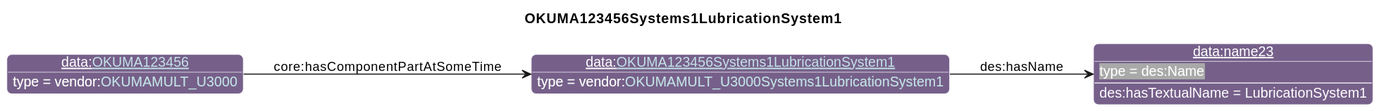
iofoundry/example-syseng-mtconnect keeps this PlantUML diagram as diagrams/OKUMA123456Systems1LubricationSystem1.svg. Above is the earlier version.
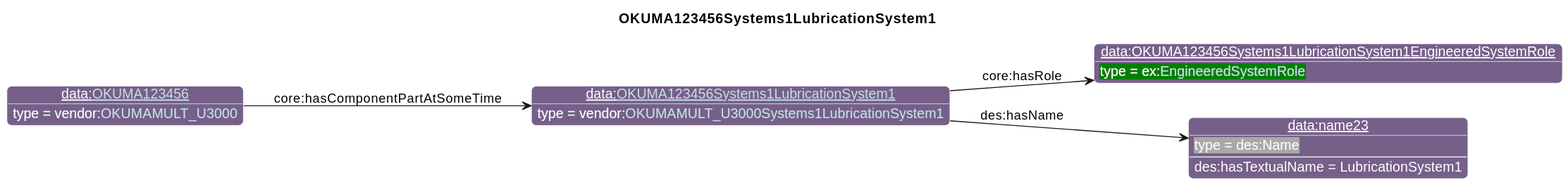
Later version of the same file.

Change to the diagram source:
```diff
@@ -26,9 +26,11 @@
                       "qp":"641B2E"
       }
 individual(o0, data:[[./OKUMA123456Systems1LubricationSystem1.html OKUMA123456Systems1LubricationSystem1]], vendor:[[../OKUMA.html#OKUMAMULT_U3000Systems1LubricationSystem1 OKUMAMULT_U3000Systems1LubricationSystem1]])
-individual(o1, data:name23, des:Name)
-individual(o2, data:[[./OKUMA123456.html OKUMA123456]], vendor:[[../OKUMA.html#OKUMAMULT_U3000 OKUMAMULT_U3000]])
-property(o0, "des:hasName", o1)
-data(o1, "des:hasTextualName", "LubricationSystem1")
-property(o2, "core:hasComponentPartAtSomeTime", o0)
+individual(o1, data:OKUMA123456Systems1LubricationSystem1EngineeredSystemRole, ex:[[../Example.html#EngineeredSystemRole EngineeredSystemRole]])
+individual(o2, data:name23, des:Name)
+individual(o3, data:[[./OKUMA123456.html OKUMA123456]], vendor:[[../OKUMA.html#OKUMAMULT_U3000 OKUMAMULT_U3000]])
+property(o0, "core:hasRole", o1)
+property(o0, "des:hasName", o2)
+data(o2, "des:hasTextualName", "LubricationSystem1")
+property(o3, "core:hasComponentPartAtSomeTime", o0)
 @enduml
```
